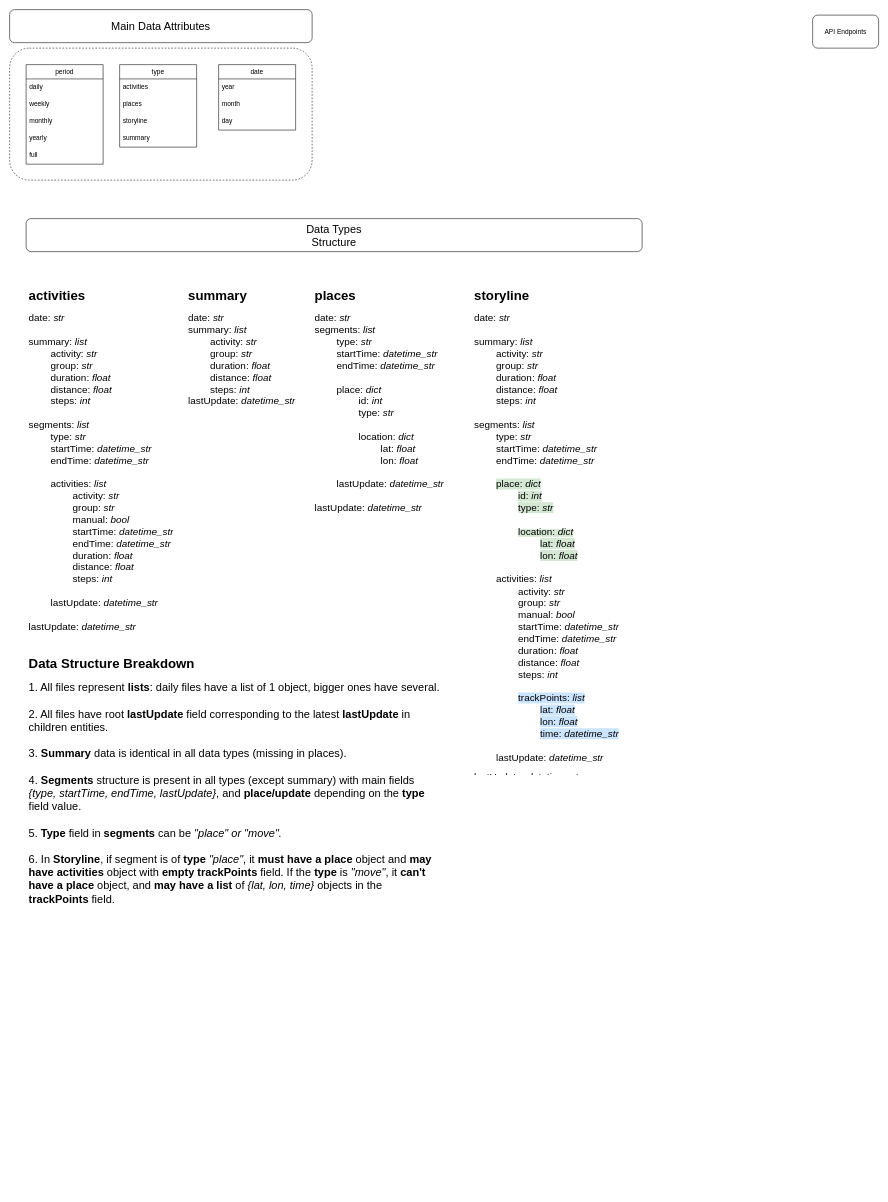
ivanmclennon/moves_api keeps this draw.io diagram as Untitled Diagram.drawio. Above is the earlier version. Source tidied: cells renumbered, new cells numbered last; positions are measured from the earlier drawing's top-left corner, leaving out a move shared by most shapes. Both pictures are drawn from the tidied source at 55%, with x=0, y=0 at pixel (9, 9).
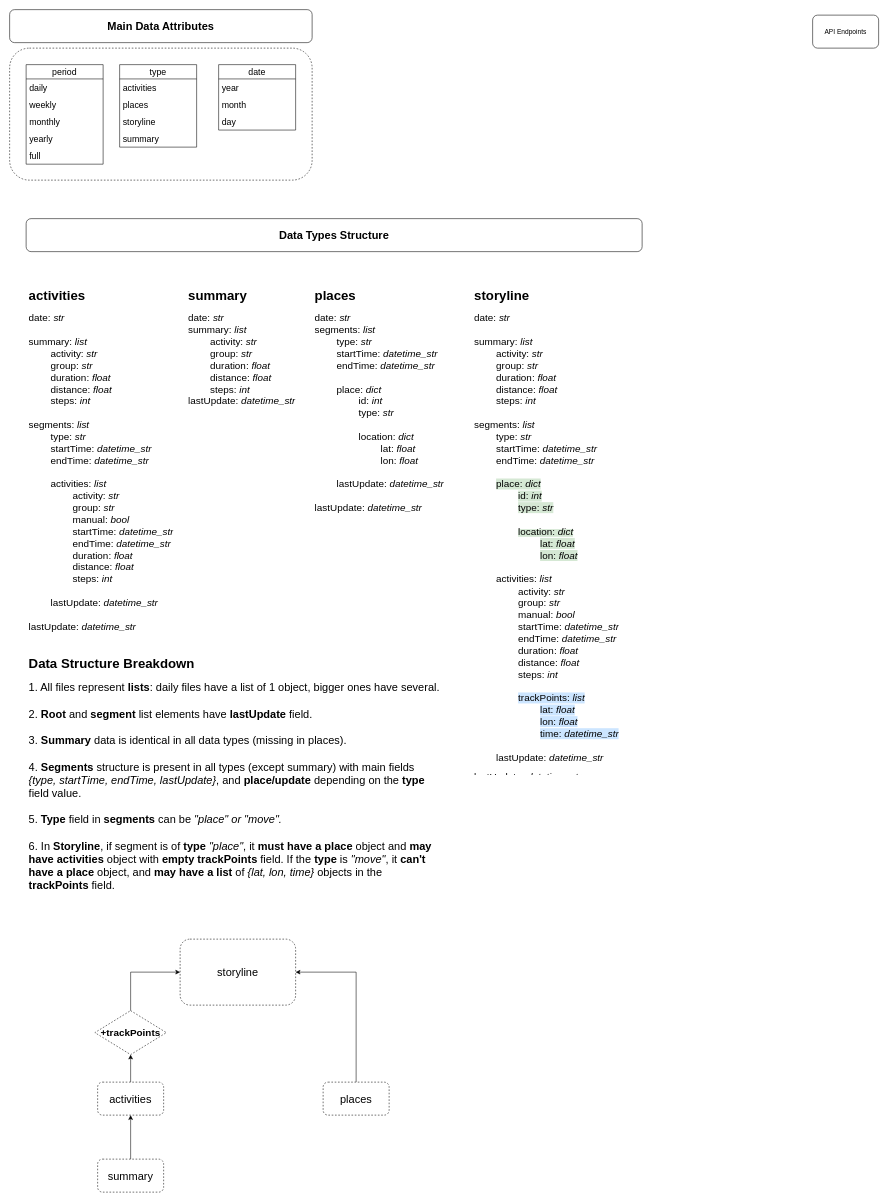
The same diagram, later.

Change to the diagram source:
```diff
@@
-    <mxCell id="2" style="rounded=1;whiteSpace=wrap;html=1;dashed=1;" parent="1" vertex="1">
+    <mxCell id="2" style="rounded=1;whiteSpace=wrap;html=1;dashed=1;fontSize=16;" parent="1" vertex="1">
       <mxGeometry y="70" width="550" height="240" as="geometry" />
     </mxCell>
@@
-    <mxCell id="4" value="&lt;font style=&quot;font-size: 20px&quot;&gt;Main Data Attributes&lt;/font&gt;" style="rounded=1;whiteSpace=wrap;html=1;" parent="1" vertex="1">
+    <mxCell id="4" value="&lt;font style=&quot;font-size: 20px&quot;&gt;&lt;b&gt;Main Data Attributes&lt;/b&gt;&lt;/font&gt;" style="rounded=1;whiteSpace=wrap;html=1;" parent="1" vertex="1">
       <mxGeometry width="550" height="60" as="geometry" />
     </mxCell>
@@
-    <mxCell id="6" value="period" style="swimlane;fontStyle=0;horizontal=1;startSize=26;" parent="1" vertex="1">
+    <mxCell id="6" value="period" style="swimlane;fontStyle=0;horizontal=1;startSize=26;fontSize=16;" parent="1" vertex="1">
       <mxGeometry x="30" y="100" width="140" height="181" as="geometry" />
     </mxCell>
-    <mxCell id="7" value="daily" style="text;strokeColor=none;fillColor=none;align=left;verticalAlign=top;spacingLeft=4;spacingRight=4;overflow=hidden;" parent="6" vertex="1">
+    <mxCell id="7" value="daily" style="text;strokeColor=none;fillColor=none;align=left;verticalAlign=top;spacingLeft=4;spacingRight=4;overflow=hidden;fontSize=16;" parent="6" vertex="1">
       <mxGeometry y="26" width="140" height="31" as="geometry" />
     </mxCell>
-    <mxCell id="8" value="weekly" style="text;strokeColor=none;fillColor=none;align=left;verticalAlign=top;spacingLeft=4;spacingRight=4;overflow=hidden;" parent="6" vertex="1">
+    <mxCell id="8" value="weekly" style="text;strokeColor=none;fillColor=none;align=left;verticalAlign=top;spacingLeft=4;spacingRight=4;overflow=hidden;fontSize=16;" parent="6" vertex="1">
       <mxGeometry y="57" width="140" height="31" as="geometry" />
     </mxCell>
-    <mxCell id="9" value="monthly" style="text;strokeColor=none;fillColor=none;align=left;verticalAlign=top;spacingLeft=4;spacingRight=4;overflow=hidden;" parent="6" vertex="1">
+    <mxCell id="9" value="monthly" style="text;strokeColor=none;fillColor=none;align=left;verticalAlign=top;spacingLeft=4;spacingRight=4;overflow=hidden;fontSize=16;" parent="6" vertex="1">
       <mxGeometry y="88" width="140" height="31" as="geometry" />
     </mxCell>
-    <mxCell id="10" value="yearly" style="text;strokeColor=none;fillColor=none;align=left;verticalAlign=top;spacingLeft=4;spacingRight=4;overflow=hidden;" parent="6" vertex="1">
+    <mxCell id="10" value="yearly" style="text;strokeColor=none;fillColor=none;align=left;verticalAlign=top;spacingLeft=4;spacingRight=4;overflow=hidden;fontSize=16;" parent="6" vertex="1">
       <mxGeometry y="119" width="140" height="31" as="geometry" />
     </mxCell>
-    <mxCell id="11" value="full" style="text;strokeColor=none;fillColor=none;align=left;verticalAlign=top;spacingLeft=4;spacingRight=4;overflow=hidden;" parent="6" vertex="1">
+    <mxCell id="11" value="full" style="text;strokeColor=none;fillColor=none;align=left;verticalAlign=top;spacingLeft=4;spacingRight=4;overflow=hidden;fontSize=16;" parent="6" vertex="1">
       <mxGeometry y="150" width="140" height="31" as="geometry" />
     </mxCell>
-    <mxCell id="12" value="type" style="swimlane;fontStyle=0;horizontal=1;startSize=26;" parent="1" vertex="1">
+    <mxCell id="12" value="type" style="swimlane;fontStyle=0;horizontal=1;startSize=26;fontSize=16;" parent="1" vertex="1">
       <mxGeometry x="200" y="100" width="140" height="150" as="geometry" />
     </mxCell>
-    <mxCell id="13" value="activities" style="text;strokeColor=none;fillColor=none;align=left;verticalAlign=top;spacingLeft=4;spacingRight=4;overflow=hidden;" parent="12" vertex="1">
+    <mxCell id="13" value="activities" style="text;strokeColor=none;fillColor=none;align=left;verticalAlign=top;spacingLeft=4;spacingRight=4;overflow=hidden;fontSize=16;" parent="12" vertex="1">
       <mxGeometry y="26" width="140" height="31" as="geometry" />
     </mxCell>
-    <mxCell id="14" value="places" style="text;strokeColor=none;fillColor=none;align=left;verticalAlign=top;spacingLeft=4;spacingRight=4;overflow=hidden;" parent="12" vertex="1">
+    <mxCell id="14" value="places" style="text;strokeColor=none;fillColor=none;align=left;verticalAlign=top;spacingLeft=4;spacingRight=4;overflow=hidden;fontSize=16;" parent="12" vertex="1">
       <mxGeometry y="57" width="140" height="31" as="geometry" />
     </mxCell>
-    <mxCell id="15" value="storyline" style="text;strokeColor=none;fillColor=none;align=left;verticalAlign=top;spacingLeft=4;spacingRight=4;overflow=hidden;" parent="12" vertex="1">
+    <mxCell id="15" value="storyline" style="text;strokeColor=none;fillColor=none;align=left;verticalAlign=top;spacingLeft=4;spacingRight=4;overflow=hidden;fontSize=16;" parent="12" vertex="1">
       <mxGeometry y="88" width="140" height="31" as="geometry" />
     </mxCell>
-    <mxCell id="16" value="summary" style="text;strokeColor=none;fillColor=none;align=left;verticalAlign=top;spacingLeft=4;spacingRight=4;overflow=hidden;" parent="12" vertex="1">
+    <mxCell id="16" value="summary" style="text;strokeColor=none;fillColor=none;align=left;verticalAlign=top;spacingLeft=4;spacingRight=4;overflow=hidden;fontSize=16;" parent="12" vertex="1">
       <mxGeometry y="119" width="140" height="31" as="geometry" />
     </mxCell>
-    <mxCell id="17" value="date" style="swimlane;fontStyle=0;horizontal=1;startSize=26;" parent="1" vertex="1">
+    <mxCell id="17" value="date" style="swimlane;fontStyle=0;horizontal=1;startSize=26;fontSize=16;" parent="1" vertex="1">
       <mxGeometry x="380" y="100" width="140" height="119" as="geometry" />
     </mxCell>
-    <mxCell id="18" value="year" style="text;strokeColor=none;fillColor=none;align=left;verticalAlign=top;spacingLeft=4;spacingRight=4;overflow=hidden;" parent="17" vertex="1">
+    <mxCell id="18" value="year" style="text;strokeColor=none;fillColor=none;align=left;verticalAlign=top;spacingLeft=4;spacingRight=4;overflow=hidden;fontSize=16;" parent="17" vertex="1">
       <mxGeometry y="26" width="140" height="31" as="geometry" />
     </mxCell>
-    <mxCell id="19" value="month" style="text;strokeColor=none;fillColor=none;align=left;verticalAlign=top;spacingLeft=4;spacingRight=4;overflow=hidden;" parent="17" vertex="1">
+    <mxCell id="19" value="month" style="text;strokeColor=none;fillColor=none;align=left;verticalAlign=top;spacingLeft=4;spacingRight=4;overflow=hidden;fontSize=16;" parent="17" vertex="1">
       <mxGeometry y="57" width="140" height="31" as="geometry" />
     </mxCell>
-    <mxCell id="20" value="day" style="text;strokeColor=none;fillColor=none;align=left;verticalAlign=top;spacingLeft=4;spacingRight=4;overflow=hidden;" parent="17" vertex="1">
+    <mxCell id="20" value="day" style="text;strokeColor=none;fillColor=none;align=left;verticalAlign=top;spacingLeft=4;spacingRight=4;overflow=hidden;fontSize=16;" parent="17" vertex="1">
       <mxGeometry y="88" width="140" height="31" as="geometry" />
     </mxCell>
-    <mxCell id="21" value="&lt;span style=&quot;font-size: 20px&quot;&gt;Data Types&lt;br&gt;Structure&lt;br&gt;&lt;/span&gt;" style="rounded=1;whiteSpace=wrap;html=1;" parent="1" vertex="1">
+    <mxCell id="21" value="&lt;span style=&quot;font-size: 20px&quot;&gt;&lt;b&gt;Data Types Structure&lt;/b&gt;&lt;br&gt;&lt;/span&gt;" style="rounded=1;whiteSpace=wrap;html=1;" parent="1" vertex="1">
       <mxGeometry x="30" y="380" width="1120" height="60" as="geometry" />
     </mxCell>
@@
-    <mxCell id="25" value="&lt;h1&gt;Data Structure Breakdown&lt;/h1&gt;&lt;div style=&quot;font-size: 20px&quot;&gt;1. All files represent &lt;b&gt;lists&lt;/b&gt;: daily files have a list of 1 object, bigger ones have several.&lt;/div&gt;&lt;div style=&quot;font-size: 20px&quot;&gt;&lt;br&gt;&lt;/div&gt;&lt;div style=&quot;font-size: 20px&quot;&gt;2. All files have root &lt;b&gt;lastUpdate &lt;/b&gt;field corresponding to the latest &lt;b&gt;lastUpdate &lt;/b&gt;in children entities.&lt;/div&gt;&lt;div style=&quot;font-size: 20px&quot;&gt;&lt;br&gt;&lt;/div&gt;&lt;div style=&quot;font-size: 20px&quot;&gt;3. &lt;b&gt;Summary &lt;/b&gt;data is identical in all data types (missing in places).&lt;/div&gt;&lt;div style=&quot;font-size: 20px&quot;&gt;&lt;br&gt;&lt;/div&gt;&lt;div style=&quot;font-size: 20px&quot;&gt;4. &lt;b&gt;Segments &lt;/b&gt;structure is present in all types (except summary) with main fields &lt;i&gt;{type, startTime, endTime, lastUpdate}&lt;/i&gt;, and &lt;b&gt;place/update&lt;/b&gt; depending on the &lt;b&gt;type &lt;/b&gt;field value.&lt;/div&gt;&lt;div style=&quot;font-size: 20px&quot;&gt;&lt;br&gt;&lt;/div&gt;&lt;div style=&quot;font-size: 20px&quot;&gt;5. &lt;b&gt;Type &lt;/b&gt;field in &lt;b&gt;segments &lt;/b&gt;can be &lt;i&gt;&quot;place&quot; or &quot;move&quot;.&lt;/i&gt;&lt;/div&gt;&lt;div style=&quot;font-size: 20px&quot;&gt;&lt;br&gt;&lt;/div&gt;&lt;div style=&quot;font-size: 20px&quot;&gt;6. In &lt;b&gt;Storyline&lt;/b&gt;, if segment is of &lt;b&gt;type &lt;/b&gt;&lt;i&gt;&quot;place&quot;&lt;/i&gt;, it &lt;b&gt;must have a place &lt;/b&gt;object and &lt;b&gt;may have activities&lt;/b&gt; object with &lt;b&gt;empty trackPoints&lt;/b&gt; field. If the &lt;b&gt;type &lt;/b&gt;is &lt;i&gt;&quot;move&quot;&lt;/i&gt;, it &lt;b&gt;can't have a place&lt;/b&gt; object, and &lt;b&gt;may have a list&lt;/b&gt; of &lt;i&gt;{lat, lon, time}&lt;/i&gt; objects in the &lt;b&gt;trackPoints &lt;/b&gt;field.&lt;/div&gt;&lt;div style=&quot;font-size: 20px&quot;&gt;&lt;br&gt;&lt;/div&gt;" style="text;html=1;strokeColor=none;fillColor=none;spacing=5;spacingTop=-20;whiteSpace=wrap;overflow=hidden;rounded=0;dashed=1;" parent="1" vertex="1">
+    <mxCell id="25" value="&lt;h1&gt;Data Structure Breakdown&lt;/h1&gt;&lt;div style=&quot;font-size: 20px&quot;&gt;1. All files represent &lt;b&gt;lists&lt;/b&gt;: daily files have a list of 1 object, bigger ones have several.&lt;/div&gt;&lt;div style=&quot;font-size: 20px&quot;&gt;&lt;br&gt;&lt;/div&gt;&lt;div style=&quot;font-size: 20px&quot;&gt;2. &lt;b&gt;Root &lt;/b&gt;and &lt;b&gt;segment&amp;nbsp;&lt;/b&gt;list elements have&amp;nbsp;&lt;b&gt;lastUpdate &lt;/b&gt;field.&lt;/div&gt;&lt;div style=&quot;font-size: 20px&quot;&gt;&lt;br&gt;&lt;/div&gt;&lt;div style=&quot;font-size: 20px&quot;&gt;3. &lt;b&gt;Summary &lt;/b&gt;data is identical in all data types (missing in places).&lt;/div&gt;&lt;div style=&quot;font-size: 20px&quot;&gt;&lt;br&gt;&lt;/div&gt;&lt;div style=&quot;font-size: 20px&quot;&gt;4. &lt;b&gt;Segments &lt;/b&gt;structure is present in all types (except summary) with main fields &lt;i&gt;{type, startTime, endTime, lastUpdate}&lt;/i&gt;, and &lt;b&gt;place/update&lt;/b&gt; depending on the &lt;b&gt;type &lt;/b&gt;field value.&lt;/div&gt;&lt;div style=&quot;font-size: 20px&quot;&gt;&lt;br&gt;&lt;/div&gt;&lt;div style=&quot;font-size: 20px&quot;&gt;5. &lt;b&gt;Type &lt;/b&gt;field in &lt;b&gt;segments &lt;/b&gt;can be &lt;i&gt;&quot;place&quot; or &quot;move&quot;.&lt;/i&gt;&lt;/div&gt;&lt;div style=&quot;font-size: 20px&quot;&gt;&lt;br&gt;&lt;/div&gt;&lt;div style=&quot;font-size: 20px&quot;&gt;6. In &lt;b&gt;Storyline&lt;/b&gt;, if segment is of &lt;b&gt;type &lt;/b&gt;&lt;i&gt;&quot;place&quot;&lt;/i&gt;, it &lt;b&gt;must have a place &lt;/b&gt;object and &lt;b&gt;may have activities&lt;/b&gt; object with &lt;b&gt;empty trackPoints&lt;/b&gt; field. If the &lt;b&gt;type &lt;/b&gt;is &lt;i&gt;&quot;move&quot;&lt;/i&gt;, it &lt;b&gt;can't have a place&lt;/b&gt; object, and &lt;b&gt;may have a list&lt;/b&gt; of &lt;i&gt;{lat, lon, time}&lt;/i&gt; objects in the &lt;b&gt;trackPoints &lt;/b&gt;field.&lt;/div&gt;&lt;div style=&quot;font-size: 20px&quot;&gt;&lt;br&gt;&lt;/div&gt;" style="text;html=1;strokeColor=none;fillColor=none;spacing=5;spacingTop=-20;whiteSpace=wrap;overflow=hidden;rounded=0;dashed=1;" parent="1" vertex="1">
       <mxGeometry x="30" y="1170" width="760" height="480" as="geometry" />
     </mxCell>
+    <mxCell id="26" value="storyline" style="rounded=1;whiteSpace=wrap;html=1;dashed=1;fontSize=20;" parent="1" vertex="1">
+      <mxGeometry x="310" y="1690" width="210" height="120" as="geometry" />
+    </mxCell>
+    <mxCell id="27" style="edgeStyle=orthogonalEdgeStyle;rounded=0;jettySize=auto;html=1;exitX=0.5;exitY=0;exitDx=0;exitDy=0;entryX=0.5;entryY=1;entryDx=0;entryDy=0;fontSize=16;" parent="1" edge="1" source="28" target="34">
+      <mxGeometry relative="1" as="geometry" />
+    </mxCell>
+    <mxCell id="28" value="activities" style="rounded=1;whiteSpace=wrap;html=1;dashed=1;fontSize=20;" parent="1" vertex="1">
+      <mxGeometry x="160" y="1950" width="120" height="60" as="geometry" />
+    </mxCell>
+    <mxCell id="29" style="edgeStyle=orthogonalEdgeStyle;rounded=0;jettySize=auto;html=1;exitX=0.5;exitY=0;exitDx=0;exitDy=0;entryX=1;entryY=0.5;entryDx=0;entryDy=0;fontSize=16;" parent="1" edge="1" source="30" target="26">
+      <mxGeometry relative="1" as="geometry" />
+    </mxCell>
+    <mxCell id="30" value="places" style="rounded=1;whiteSpace=wrap;html=1;dashed=1;fontSize=20;" parent="1" vertex="1">
+      <mxGeometry x="570" y="1950" width="120" height="60" as="geometry" />
+    </mxCell>
+    <mxCell id="31" style="edgeStyle=orthogonalEdgeStyle;rounded=0;jettySize=auto;html=1;exitX=0.5;exitY=0;exitDx=0;exitDy=0;entryX=0.5;entryY=1;entryDx=0;entryDy=0;fontSize=16;" parent="1" edge="1" source="32" target="28">
+      <mxGeometry relative="1" as="geometry" />
+    </mxCell>
+    <mxCell id="32" value="summary" style="rounded=1;whiteSpace=wrap;html=1;dashed=1;fontSize=20;" parent="1" vertex="1">
+      <mxGeometry x="160" y="2090" width="120" height="60" as="geometry" />
+    </mxCell>
+    <mxCell id="33" style="edgeStyle=orthogonalEdgeStyle;rounded=0;jettySize=auto;html=1;exitX=0.5;exitY=0;exitDx=0;exitDy=0;entryX=0;entryY=0.5;entryDx=0;entryDy=0;fontSize=16;" parent="1" edge="1" source="34" target="26">
+      <mxGeometry relative="1" as="geometry" />
+    </mxCell>
+    <mxCell id="34" value="&lt;font style=&quot;font-size: 18px&quot;&gt;&lt;b&gt;+trackPoints&lt;/b&gt;&lt;/font&gt;" style="rhombus;whiteSpace=wrap;html=1;dashed=1;fontSize=16;" parent="1" vertex="1">
+      <mxGeometry x="155" y="1820" width="130" height="80" as="geometry" />
+    </mxCell>
```
